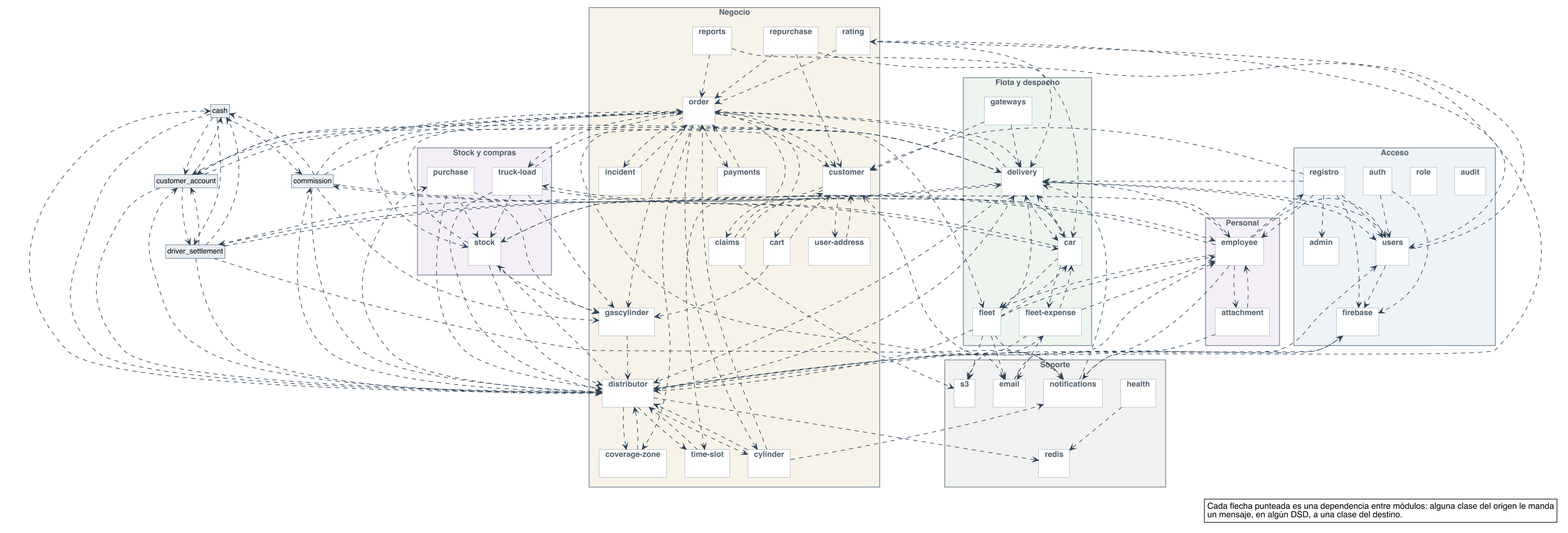
This is diagramas/clases-diseno/DC_Paquetes.png from Nahuelito-Dev/splg-docs, a PlantUML export, as it was before one commit.
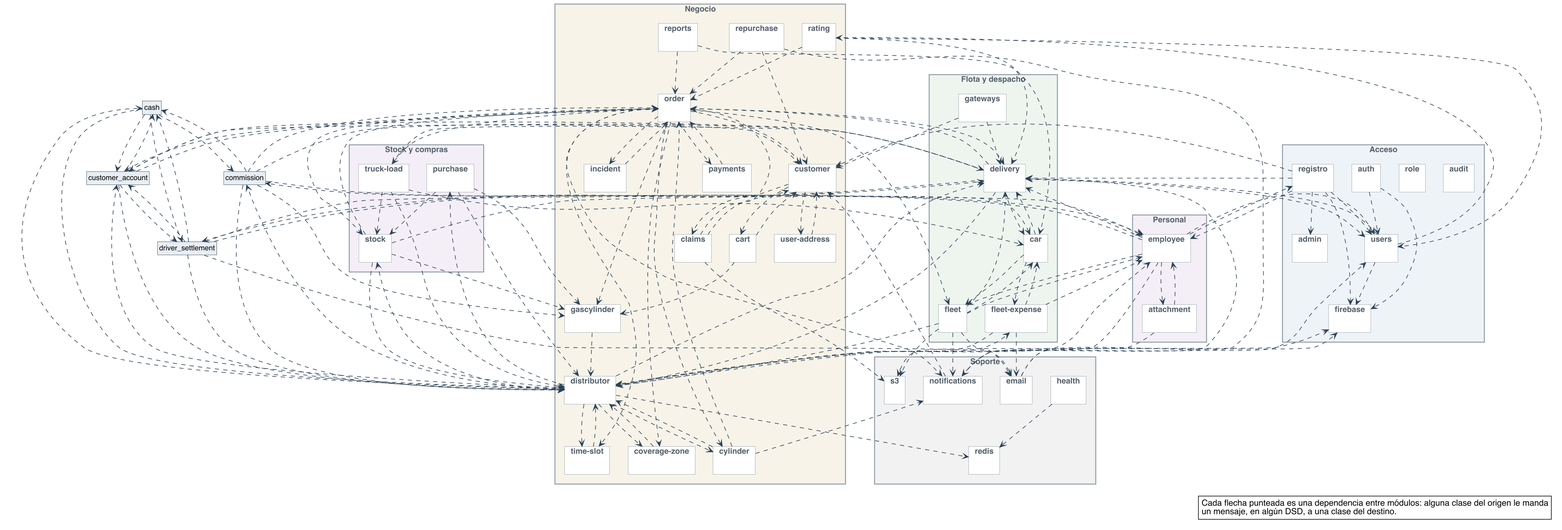
After the commit.

The edit, as a diff of the source:
```diff
@@ -155,8 +155,6 @@
 car ..> delivery
 car ..> fleet
 car ..> fleet_expense
-car ..> stock
-car ..> truck_load
 cart ..> customer
 cart ..> gascylinder
 cash ..> commission
@@ -275,7 +273,6 @@
 truck_load ..> car
 truck_load ..> delivery
 truck_load ..> distributor
-truck_load ..> gascylinder
 truck_load ..> stock
 user_address ..> customer
 users ..> delivery
```
